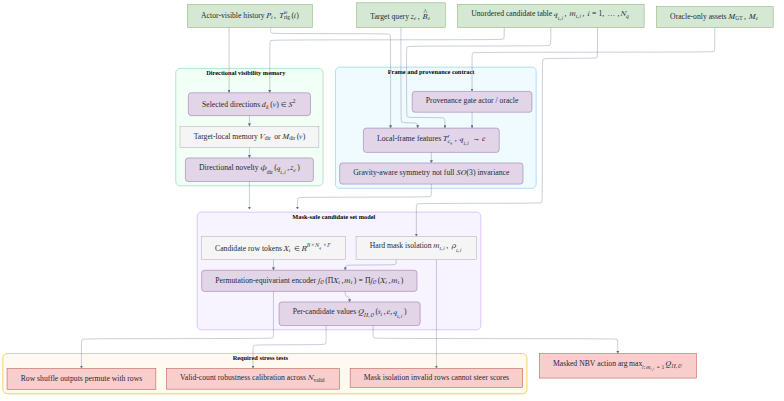
Above: docs/typst/thesis/figures/qh_symmetry_contract.png in JanDuchscherer104/NBV (Mermaid), before the change. Its source is kept beside it as docs/typst/thesis/figures/qh_symmetry_contract.mmd. Its diagram source:
```mermaid
---
config:
  theme: base
  htmlLabels: true
  flowchart:
    htmlLabels: true
    nodeSpacing: 20
    rankSpacing: 32
    curve: basis
  layout: elk
  themeVariables:
    background: "#ffffff"
    fontFamily: "Inter, DejaVu Sans, Arial, sans-serif"
    fontSize: "18px"
    primaryTextColor: "#1f2937"
    lineColor: "#64748b"
  themeCSS: |
    .nodeLabel { font-size: 18px; }
    .edgeLabel { font-size: 16px; }
    .cluster-label { font-size: 18px; font-weight: 700; }
---
flowchart TB
  Hist["$$\begin{array}{c}\textbf{Actor-visible history}\\ \boldsymbol{\mathcal{P}}_{t},\ \mathbf{T}^{w}_{\mathrm{rig}}(t)\end{array}$$"]
  Target["$$\begin{array}{c}\textbf{Target query}\\ \mathbf{z}_{e},\ \hat{\mathbf{B}}_{e}\end{array}$$"]
  Cand["$$\begin{array}{c}\textbf{Unordered candidate table}\\ q_{t,i},\ m_{t,i},\ i=1,\ldots,N_q\end{array}$$"]
  Oracle["$$\begin{array}{c}\textbf{Oracle-only assets}\\ \boldsymbol{\mathcal{M}}_{\mathrm{GT}},\ M_e\end{array}$$"]

  subgraph Frames["Frame and provenance contract"]
    direction TB
    LocalFrames["$$\begin{array}{c}\textbf{Local-frame features}\\ \mathbf{T}^{r}_{c_q},\ q_{t,i}\rightarrow e\end{array}$$"]
    Provenance["$$\begin{array}{c}\textbf{Provenance gate}\\ \texttt{actor}\ /\ \texttt{oracle}\end{array}$$"]
    Gravity["$$\begin{array}{c}\textbf{Gravity-aware symmetry}\\ \text{not full }SO(3)\text{ invariance}\end{array}$$"]
  end

  subgraph Direction["Directional visibility memory"]
    direction TB
    DirIn["$$\begin{array}{c}\textbf{Selected directions}\\ d_k(v)\in\mathbb{S}^{2}\end{array}$$"]
    DirMem["$$\begin{array}{c}\textbf{Target-local memory}\\ \mathbf{V}_{\mathrm{dir}}\ \text{or }M_{\mathrm{dir}}(v)\end{array}$$"]
    Novelty["$$\begin{array}{c}\textbf{Directional novelty}\\ \phi_{\mathrm{dir}}(q_{t,i},\mathbf{z}_{e})\end{array}$$"]
  end

  subgraph SetModel["Mask-safe candidate set model"]
    direction TB
    Tokens["$$\begin{array}{c}\textbf{Candidate row tokens}\\ X_t\in\mathbb{R}^{B\times N_q\times F}\end{array}$$"]
    Mask["$$\begin{array}{c}\textbf{Hard mask isolation}\\ m_{t,i},\ \rho_{t,i}\end{array}$$"]
    Encoder["$$\begin{array}{c}\textbf{Permutation-equivariant encoder}\\ f_{\theta}(\Pi X_t,m_t)=\Pi f_{\theta}(X_t,m_t)\end{array}$$"]
    Values["$$\begin{array}{c}\textbf{Per-candidate values}\\ Q_{H,\theta}(s_t,e,q_{t,i})\end{array}$$"]
  end

  subgraph Tests["Required stress tests"]
    direction TB
    Shuffle["$$\begin{array}{c}\textbf{Row shuffle}\\ \text{outputs permute with rows}\end{array}$$"]
    Isolation["$$\begin{array}{c}\textbf{Mask isolation}\\ \text{invalid rows cannot steer scores}\end{array}$$"]
    Count["$$\begin{array}{c}\textbf{Valid-count robustness}\\ \text{calibration across }N_{\mathrm{valid}}\end{array}$$"]
  end

  Select["$$\begin{array}{c}\textbf{Masked NBV action}\\ \operatorname*{arg\,max}_{i:m_{t,i}=1}Q_{H,\theta}\end{array}$$"]

  Hist --> LocalFrames
  Target --> LocalFrames
  Cand --> LocalFrames
  Oracle --> Provenance
  Provenance --> LocalFrames
  LocalFrames --> Gravity

  Hist --> DirIn
  Cand --> DirIn
  DirIn --> DirMem
  DirMem --> Novelty

  Gravity --> Tokens
  Novelty --> Tokens
  Cand --> Mask
  Mask --> Encoder
  Tokens --> Encoder
  Encoder --> Values
  Values --> Select

  Encoder --> Shuffle
  Mask --> Isolation
  Values --> Count

  classDef input fill:#D5E8D4,stroke:#82B366,stroke-width:1.5px,rx:0,ry:0;
  classDef output fill:#F8CECC,stroke:#B85450,stroke-width:1.5px,rx:0,ry:0;
  classDef compute fill:#E1D5E7,stroke:#9673A6,stroke-width:1.5px,rx:8,ry:8;
  classDef data fill:#F5F5F5,stroke:#9E9E9E,stroke-width:1.2px,rx:0,ry:0;

  class Hist,Target,Cand,Oracle input;
  class LocalFrames,Provenance,Gravity,DirIn,Novelty,Encoder,Values compute;
  class DirMem,Tokens,Mask data;
  class Select,Shuffle,Isolation,Count output;

  style Frames fill:#f0fbff,stroke:#8fd0ff,stroke-width:2px,rx:12,ry:12
  style Direction fill:#f1fff6,stroke:#97ddb5,stroke-width:2px,rx:12,ry:12
  style SetModel fill:#f7f3ff,stroke:#cdb2ff,stroke-width:2px,rx:12,ry:12
  style Tests fill:#fffaf0,stroke:#fbbf24,stroke-width:2px,rx:12,ry:12
```
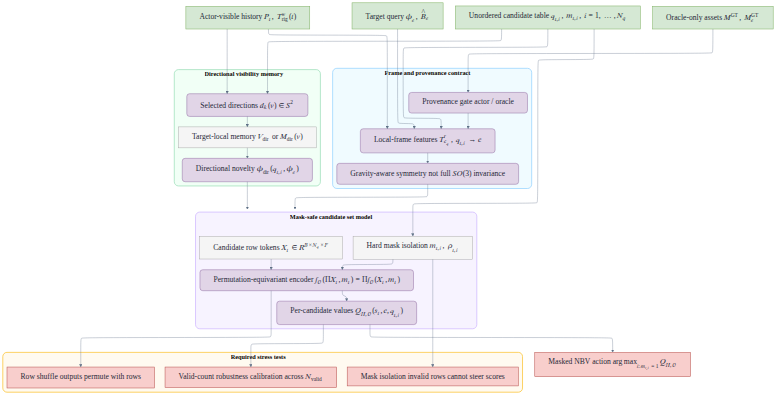
The same diagram one commit later.

What changed in the source:
```diff
@@ -20,10 +20,10 @@
     .cluster-label { font-size: 18px; font-weight: 700; }
 ---
 flowchart TB
-  Hist["$$\begin{array}{c}\textbf{Actor-visible history}\\ \boldsymbol{\mathcal{P}}_{t},\ \mathbf{T}^{w}_{\mathrm{rig}}(t)\end{array}$$"]
-  Target["$$\begin{array}{c}\textbf{Target query}\\ \mathbf{z}_{e},\ \hat{\mathbf{B}}_{e}\end{array}$$"]
+  Hist["$$\begin{array}{c}\textbf{Actor-visible history}\\ \mathcal{P}_{t},\ \mathbf{T}^{w}_{\mathrm{rig}}(t)\end{array}$$"]
+  Target["$$\begin{array}{c}\textbf{Target query}\\ \boldsymbol{\phi}_{e},\ \hat{\mathbf{B}}_{e}\end{array}$$"]
   Cand["$$\begin{array}{c}\textbf{Unordered candidate table}\\ q_{t,i},\ m_{t,i},\ i=1,\ldots,N_q\end{array}$$"]
-  Oracle["$$\begin{array}{c}\textbf{Oracle-only assets}\\ \boldsymbol{\mathcal{M}}_{\mathrm{GT}},\ M_e\end{array}$$"]
+  Oracle["$$\begin{array}{c}\textbf{Oracle-only assets}\\ \mathcal{M}^{\mathrm{GT}},\ \mathcal{M}_{e}^{\mathrm{GT}}\end{array}$$"]
 
   subgraph Frames["Frame and provenance contract"]
     direction TB
@@ -36,7 +36,7 @@
     direction TB
     DirIn["$$\begin{array}{c}\textbf{Selected directions}\\ d_k(v)\in\mathbb{S}^{2}\end{array}$$"]
     DirMem["$$\begin{array}{c}\textbf{Target-local memory}\\ \mathbf{V}_{\mathrm{dir}}\ \text{or }M_{\mathrm{dir}}(v)\end{array}$$"]
-    Novelty["$$\begin{array}{c}\textbf{Directional novelty}\\ \phi_{\mathrm{dir}}(q_{t,i},\mathbf{z}_{e})\end{array}$$"]
+    Novelty["$$\begin{array}{c}\textbf{Directional novelty}\\ \phi_{\mathrm{dir}}(q_{t,i},\boldsymbol{\phi}_{e})\end{array}$$"]
   end
 
   subgraph SetModel["Mask-safe candidate set model"]
```
